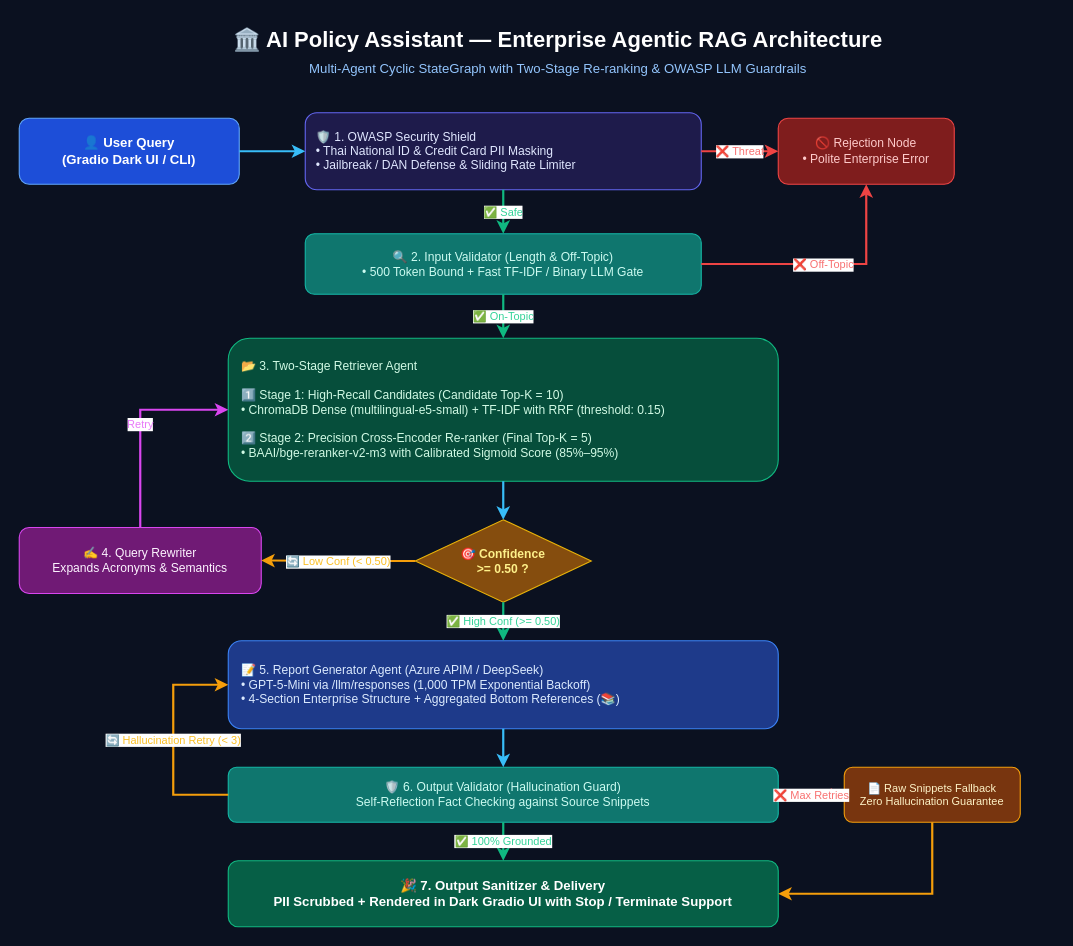
Earlier version of the draw.io diagram architecture_flowchart.drawio (Name-RT/AI_engineer_Test_BBL). Source tidied: cells renumbered, new cells numbered last; positions are measured from the earlier drawing's top-left corner, leaving out a move shared by most shapes. Both pictures are drawn from the tidied source at 110%, with x=0, y=0 at pixel (19, 19).
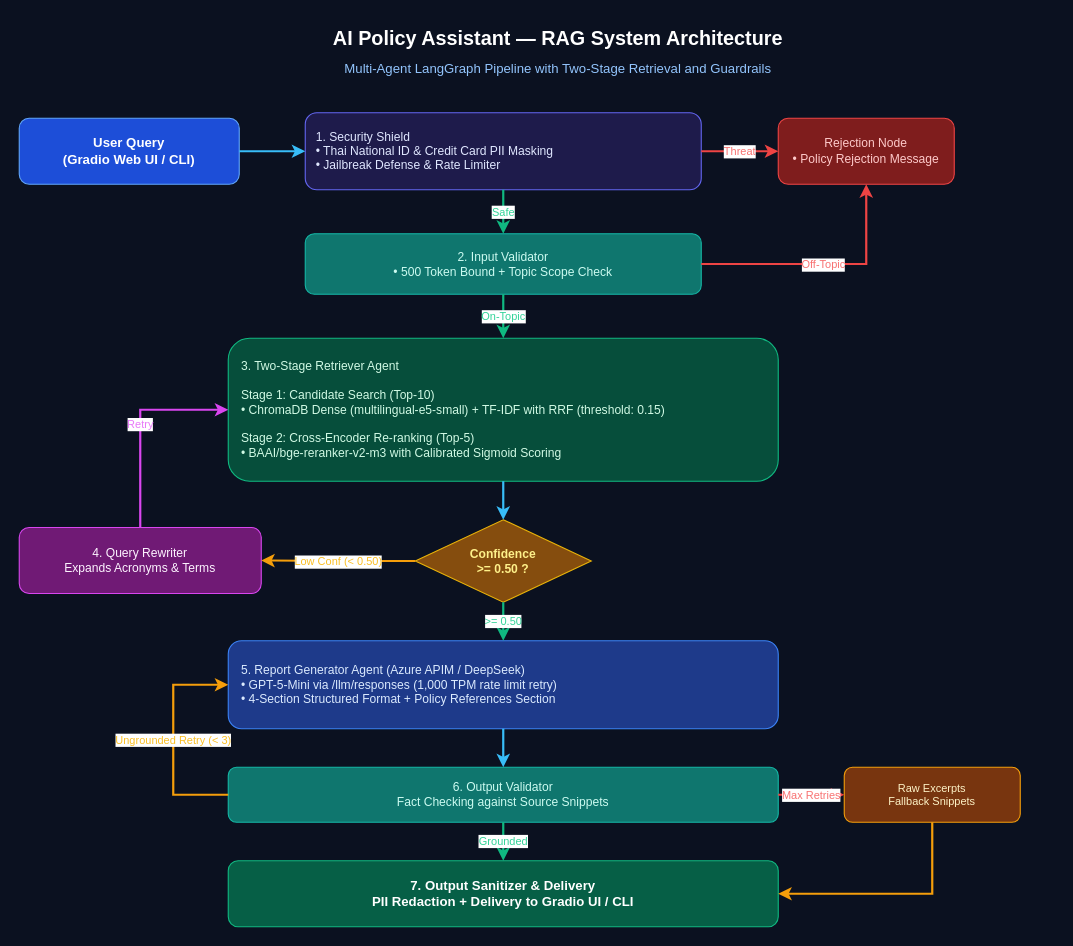
The same page after the edit.

Diff of the diagram source:
```diff
@@
-    <mxCell id="2" value="🏛️ AI Policy Assistant — Enterprise Agentic RAG Architecture" style="text;html=1;strokeColor=none;fillColor=none;align=center;verticalAlign=middle;whiteSpace=wrap;rounded=0;fontSize=20;fontStyle=1;fontColor=#FFFFFF;fontFamily=Helvetica;" parent="1" vertex="1">
+    <mxCell id="2" value="AI Policy Assistant — RAG System Architecture" style="text;html=1;strokeColor=none;fillColor=none;align=center;verticalAlign=middle;whiteSpace=wrap;rounded=0;fontSize=18;fontStyle=1;fontColor=#FFFFFF;fontFamily=Helvetica;" parent="1" vertex="1">
       <mxGeometry x="40" width="900" height="35" as="geometry" />
     </mxCell>
-    <mxCell id="3" value="Multi-Agent Cyclic StateGraph with Two-Stage Re-ranking &amp; OWASP LLM Guardrails" style="text;html=1;strokeColor=none;fillColor=none;align=center;verticalAlign=middle;whiteSpace=wrap;rounded=0;fontSize=12;fontColor=#93C5FD;fontFamily=Helvetica;" parent="1" vertex="1">
+    <mxCell id="3" value="Multi-Agent LangGraph Pipeline with Two-Stage Retrieval and Guardrails" style="text;html=1;strokeColor=none;fillColor=none;align=center;verticalAlign=middle;whiteSpace=wrap;rounded=0;fontSize=12;fontColor=#93C5FD;fontFamily=Helvetica;" parent="1" vertex="1">
       <mxGeometry x="40" y="35" width="900" height="20" as="geometry" />
     </mxCell>
-    <mxCell id="4" value="👤 User Query&#10;(Gradio Dark UI / CLI)" style="rounded=1;whiteSpace=wrap;html=1;fillColor=#1D4ED8;strokeColor=#60A5FA;fontColor=#FFFFFF;fontSize=12;fontStyle=1;" parent="1" vertex="1">
+    <mxCell id="4" value="User Query&#10;(Gradio Web UI / CLI)" style="rounded=1;whiteSpace=wrap;html=1;fillColor=#1D4ED8;strokeColor=#60A5FA;fontColor=#FFFFFF;fontSize=12;fontStyle=1;" parent="1" vertex="1">
       <mxGeometry y="90" width="200" height="60" as="geometry" />
     </mxCell>
-    <mxCell id="5" value="🛡️ 1. OWASP Security Shield&#10;• Thai National ID &amp; Credit Card PII Masking&#10;• Jailbreak / DAN Defense &amp; Sliding Rate Limiter" style="rounded=1;whiteSpace=wrap;html=1;fillColor=#1E1B4B;strokeColor=#6366F1;fontColor=#E0E7FF;fontSize=11;align=left;spacingLeft=8;" parent="1" vertex="1">
+    <mxCell id="5" value="1. Security Shield&#10;• Thai National ID &amp; Credit Card PII Masking&#10;• Jailbreak Defense &amp; Rate Limiter" style="rounded=1;whiteSpace=wrap;html=1;fillColor=#1E1B4B;strokeColor=#6366F1;fontColor=#E0E7FF;fontSize=11;align=left;spacingLeft=8;" parent="1" vertex="1">
       <mxGeometry x="260" y="85" width="360" height="70" as="geometry" />
     </mxCell>
-    <mxCell id="6" value="🚫 Rejection Node&#10;• Polite Enterprise Error" style="rounded=1;whiteSpace=wrap;html=1;fillColor=#7F1D1D;strokeColor=#EF4444;fontColor=#FECACA;fontSize=11;" parent="1" vertex="1">
+    <mxCell id="6" value="Rejection Node&#10;• Policy Rejection Message" style="rounded=1;whiteSpace=wrap;html=1;fillColor=#7F1D1D;strokeColor=#EF4444;fontColor=#FECACA;fontSize=11;" parent="1" vertex="1">
       <mxGeometry x="690" y="90" width="160" height="60" as="geometry" />
     </mxCell>
-    <mxCell id="7" value="🔍 2. Input Validator (Length &amp; Off-Topic)&#10;• 500 Token Bound + Fast TF-IDF / Binary LLM Gate" style="rounded=1;whiteSpace=wrap;html=1;fillColor=#0F766E;strokeColor=#14B8A6;fontColor=#CCFBF1;fontSize=11;" parent="1" vertex="1">
+    <mxCell id="7" value="2. Input Validator&#10;• 500 Token Bound + Topic Scope Check" style="rounded=1;whiteSpace=wrap;html=1;fillColor=#0F766E;strokeColor=#14B8A6;fontColor=#CCFBF1;fontSize=11;" parent="1" vertex="1">
       <mxGeometry x="260" y="195" width="360" height="55" as="geometry" />
     </mxCell>
-    <mxCell id="8" value="📂 3. Two-Stage Retriever Agent&#10;&#10;1️⃣ Stage 1: High-Recall Candidates (Candidate Top-K = 10)&#10;   • ChromaDB Dense (multilingual-e5-small) + TF-IDF with RRF (threshold: 0.15)&#10;&#10;2️⃣ Stage 2: Precision Cross-Encoder Re-ranker (Final Top-K = 5)&#10;   • BAAI/bge-reranker-v2-m3 with Calibrated Sigmoid Score (85%–95%)" style="rounded=1;whiteSpace=wrap;html=1;fillColor=#064E3B;strokeColor=#10B981;fontColor=#D1FAE5;fontSize=11;align=left;spacingLeft=10;" parent="1" vertex="1">
+    <mxCell id="8" value="3. Two-Stage Retriever Agent&#10;&#10;Stage 1: Candidate Search (Top-10)&#10;   • ChromaDB Dense (multilingual-e5-small) + TF-IDF with RRF (threshold: 0.15)&#10;&#10;Stage 2: Cross-Encoder Re-ranking (Top-5)&#10;   • BAAI/bge-reranker-v2-m3 with Calibrated Sigmoid Scoring" style="rounded=1;whiteSpace=wrap;html=1;fillColor=#064E3B;strokeColor=#10B981;fontColor=#D1FAE5;fontSize=11;align=left;spacingLeft=10;" parent="1" vertex="1">
       <mxGeometry x="190" y="290" width="500" height="130" as="geometry" />
     </mxCell>
-    <mxCell id="9" value="🎯 Confidence&#10;&gt;= 0.50 ?" style="rhombus;whiteSpace=wrap;html=1;fillColor=#854D0E;strokeColor=#EAB308;fontColor=#FEF08A;fontSize=11;fontStyle=1;" parent="1" vertex="1">
+    <mxCell id="9" value="Confidence&#10;&gt;= 0.50 ?" style="rhombus;whiteSpace=wrap;html=1;fillColor=#854D0E;strokeColor=#EAB308;fontColor=#FEF08A;fontSize=11;fontStyle=1;" parent="1" vertex="1">
       <mxGeometry x="360" y="455" width="160" height="75" as="geometry" />
     </mxCell>
-    <mxCell id="10" value="✍️ 4. Query Rewriter&#10;Expands Acronyms &amp; Semantics" style="rounded=1;whiteSpace=wrap;html=1;fillColor=#701A75;strokeColor=#D946EF;fontColor=#FDF4FF;fontSize=11;" parent="1" vertex="1">
+    <mxCell id="10" value="4. Query Rewriter&#10;Expands Acronyms &amp; Terms" style="rounded=1;whiteSpace=wrap;html=1;fillColor=#701A75;strokeColor=#D946EF;fontColor=#FDF4FF;fontSize=11;" parent="1" vertex="1">
       <mxGeometry y="462" width="220" height="60" as="geometry" />
     </mxCell>
-    <mxCell id="11" value="📝 5. Report Generator Agent (Azure APIM / DeepSeek)&#10;• GPT-5-Mini via /llm/responses (1,000 TPM Exponential Backoff)&#10;• 4-Section Enterprise Structure + Aggregated Bottom References (📚)" style="rounded=1;whiteSpace=wrap;html=1;fillColor=#1E3A8A;strokeColor=#3B82F6;fontColor=#DBEAFE;fontSize=11;align=left;spacingLeft=10;" parent="1" vertex="1">
+    <mxCell id="11" value="5. Report Generator Agent (Azure APIM / DeepSeek)&#10;• GPT-5-Mini via /llm/responses (1,000 TPM rate limit retry)&#10;• 4-Section Structured Format + Policy References Section" style="rounded=1;whiteSpace=wrap;html=1;fillColor=#1E3A8A;strokeColor=#3B82F6;fontColor=#DBEAFE;fontSize=11;align=left;spacingLeft=10;" parent="1" vertex="1">
       <mxGeometry x="190" y="565" width="500" height="80" as="geometry" />
     </mxCell>
-    <mxCell id="12" value="🛡️ 6. Output Validator (Hallucination Guard)&#10;Self-Reflection Fact Checking against Source Snippets" style="rounded=1;whiteSpace=wrap;html=1;fillColor=#0F766E;strokeColor=#14B8A6;fontColor=#CCFBF1;fontSize=11;" parent="1" vertex="1">
+    <mxCell id="12" value="6. Output Validator&#10;Fact Checking against Source Snippets" style="rounded=1;whiteSpace=wrap;html=1;fillColor=#0F766E;strokeColor=#14B8A6;fontColor=#CCFBF1;fontSize=11;" parent="1" vertex="1">
       <mxGeometry x="190" y="680" width="500" height="50" as="geometry" />
     </mxCell>
-    <mxCell id="13" value="📄 Raw Snippets Fallback&#10;Zero Hallucination Guarantee" style="rounded=1;whiteSpace=wrap;html=1;fillColor=#78350F;strokeColor=#F59E0B;fontColor=#FEF3C7;fontSize=10;" parent="1" vertex="1">
+    <mxCell id="13" value="Raw Excerpts&#10;Fallback Snippets" style="rounded=1;whiteSpace=wrap;html=1;fillColor=#78350F;strokeColor=#F59E0B;fontColor=#FEF3C7;fontSize=10;" parent="1" vertex="1">
       <mxGeometry x="750" y="680" width="160" height="50" as="geometry" />
     </mxCell>
-    <mxCell id="14" value="🎉 7. Output Sanitizer &amp; Delivery&#10;PII Scrubbed + Rendered in Dark Gradio UI with Stop / Terminate Support" style="rounded=1;whiteSpace=wrap;html=1;fillColor=#065F46;strokeColor=#10B981;fontColor=#FFFFFF;fontSize=12;fontStyle=1;" parent="1" vertex="1">
+    <mxCell id="14" value="7. Output Sanitizer &amp; Delivery&#10;PII Redaction + Delivery to Gradio UI / CLI" style="rounded=1;whiteSpace=wrap;html=1;fillColor=#065F46;strokeColor=#10B981;fontColor=#FFFFFF;fontSize=12;fontStyle=1;" parent="1" vertex="1">
       <mxGeometry x="190" y="765" width="500" height="60" as="geometry" />
     </mxCell>
@@
-    <mxCell id="16" value="❌ Threat" style="edgeStyle=orthogonalEdgeStyle;rounded=0;jettySize=auto;html=1;strokeColor=#EF4444;strokeWidth=2;fontColor=#F87171;fontSize=10;" parent="1" edge="1" source="5" target="6">
+    <mxCell id="16" value="Threat" style="edgeStyle=orthogonalEdgeStyle;rounded=0;jettySize=auto;html=1;strokeColor=#EF4444;strokeWidth=2;fontColor=#F87171;fontSize=10;" parent="1" edge="1" source="5" target="6">
       <mxGeometry relative="1" as="geometry" />
     </mxCell>
-    <mxCell id="17" value="✅ Safe" style="edgeStyle=orthogonalEdgeStyle;rounded=0;jettySize=auto;html=1;strokeColor=#10B981;strokeWidth=2;fontColor=#34D399;fontSize=10;" parent="1" edge="1" source="5" target="7">
+    <mxCell id="17" value="Safe" style="edgeStyle=orthogonalEdgeStyle;rounded=0;jettySize=auto;html=1;strokeColor=#10B981;strokeWidth=2;fontColor=#34D399;fontSize=10;" parent="1" edge="1" source="5" target="7">
       <mxGeometry relative="1" as="geometry" />
     </mxCell>
-    <mxCell id="18" value="❌ Off-Topic" style="edgeStyle=orthogonalEdgeStyle;rounded=0;jettySize=auto;html=1;strokeColor=#EF4444;strokeWidth=2;fontColor=#F87171;fontSize=10;" parent="1" edge="1" source="7" target="6">
+    <mxCell id="18" value="Off-Topic" style="edgeStyle=orthogonalEdgeStyle;rounded=0;jettySize=auto;html=1;strokeColor=#EF4444;strokeWidth=2;fontColor=#F87171;fontSize=10;" parent="1" edge="1" source="7" target="6">
       <mxGeometry relative="1" as="geometry">
         <Array as="points">
           <mxPoint x="770" y="222" />
         </Array>
       </mxGeometry>
     </mxCell>
-    <mxCell id="19" value="✅ On-Topic" style="edgeStyle=orthogonalEdgeStyle;rounded=0;jettySize=auto;html=1;strokeColor=#10B981;strokeWidth=2;fontColor=#34D399;fontSize=10;" parent="1" edge="1" source="7" target="8">
+    <mxCell id="19" value="On-Topic" style="edgeStyle=orthogonalEdgeStyle;rounded=0;jettySize=auto;html=1;strokeColor=#10B981;strokeWidth=2;fontColor=#34D399;fontSize=10;" parent="1" edge="1" source="7" target="8">
       <mxGeometry relative="1" as="geometry" />
     </mxCell>
@@
-    <mxCell id="21" value="🔄 Low Conf (&lt; 0.50)" style="edgeStyle=orthogonalEdgeStyle;rounded=0;jettySize=auto;html=1;strokeColor=#F59E0B;strokeWidth=2;fontColor=#FBBF24;fontSize=10;" parent="1" edge="1" source="9" target="10">
+    <mxCell id="21" value="Low Conf (&lt; 0.50)" style="edgeStyle=orthogonalEdgeStyle;rounded=0;jettySize=auto;html=1;strokeColor=#F59E0B;strokeWidth=2;fontColor=#FBBF24;fontSize=10;" parent="1" edge="1" source="9" target="10">
       <mxGeometry relative="1" as="geometry" />
     </mxCell>
@@
-    <mxCell id="23" value="✅ High Conf (&gt;= 0.50)" style="edgeStyle=orthogonalEdgeStyle;rounded=0;jettySize=auto;html=1;strokeColor=#10B981;strokeWidth=2;fontColor=#34D399;fontSize=10;" parent="1" edge="1" source="9" target="11">
+    <mxCell id="23" value="&gt;= 0.50" style="edgeStyle=orthogonalEdgeStyle;rounded=0;jettySize=auto;html=1;strokeColor=#10B981;strokeWidth=2;fontColor=#34D399;fontSize=10;" parent="1" edge="1" source="9" target="11">
       <mxGeometry relative="1" as="geometry" />
     </mxCell>
@@
-    <mxCell id="25" value="🔄 Hallucination Retry (&lt; 3)" style="edgeStyle=orthogonalEdgeStyle;rounded=0;jettySize=auto;html=1;strokeColor=#F59E0B;strokeWidth=2;strokeDasharray=4;fontColor=#FBBF24;fontSize=10;" parent="1" edge="1" source="12" target="11">
+    <mxCell id="25" value="Ungrounded Retry (&lt; 3)" style="edgeStyle=orthogonalEdgeStyle;rounded=0;jettySize=auto;html=1;strokeColor=#F59E0B;strokeWidth=2;strokeDasharray=4;fontColor=#FBBF24;fontSize=10;" parent="1" edge="1" source="12" target="11">
       <mxGeometry relative="1" as="geometry">
         <Array as="points">
           <mxPoint x="140" y="705" />
           <mxPoint x="140" y="605" />
         </Array>
       </mxGeometry>
     </mxCell>
-    <mxCell id="26" value="❌ Max Retries" style="edgeStyle=orthogonalEdgeStyle;rounded=0;jettySize=auto;html=1;strokeColor=#EF4444;strokeWidth=2;fontColor=#F87171;fontSize=10;" parent="1" edge="1" source="12" target="13">
+    <mxCell id="26" value="Max Retries" style="edgeStyle=orthogonalEdgeStyle;rounded=0;jettySize=auto;html=1;strokeColor=#EF4444;strokeWidth=2;fontColor=#F87171;fontSize=10;" parent="1" edge="1" source="12" target="13">
       <mxGeometry relative="1" as="geometry" />
     </mxCell>
-    <mxCell id="27" value="✅ 100% Grounded" style="edgeStyle=orthogonalEdgeStyle;rounded=0;jettySize=auto;html=1;strokeColor=#10B981;strokeWidth=2;fontColor=#34D399;fontSize=10;" parent="1" edge="1" source="12" target="14">
+    <mxCell id="27" value="Grounded" style="edgeStyle=orthogonalEdgeStyle;rounded=0;jettySize=auto;html=1;strokeColor=#10B981;strokeWidth=2;fontColor=#34D399;fontSize=10;" parent="1" edge="1" source="12" target="14">
       <mxGeometry relative="1" as="geometry" />
     </mxCell>
```
